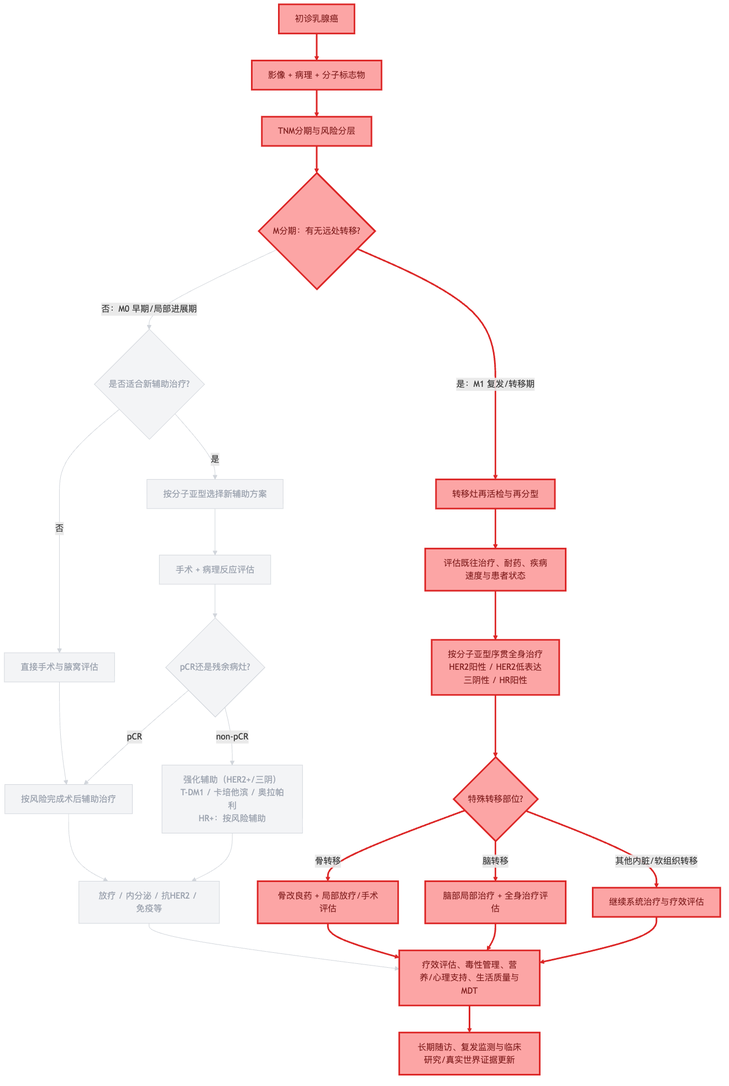
Earlier version of the Mermaid export diagrams/decision-chain-REAL-006.png (dongjb741280/breast-cancer). Its source is kept beside it as diagrams/decision-chain-REAL-006.mmd. Source of this version:
```mermaid
graph TD
    A[初诊乳腺癌]
    B[影像 + 病理 + 分子标志物]
    C[TNM分期与风险分层]
    D{M分期：有无远处转移?}
    E{是否适合新辅助治疗?}
    F[按分子亚型选择新辅助方案]
    G[直接手术与腋窝评估]
    H[手术 + 病理反应评估]
    I{pCR还是残余病灶?}
    J[按风险完成术后辅助治疗]
    K[强化辅助（HER2+/三阴）<br/>T-DM1 / 卡培他滨 / 奥拉帕利<br/>HR+：按风险辅助]
    L[放疗 / 内分泌 / 抗HER2 / 免疫等]
    M[转移灶再活检与再分型]
    N[评估既往治疗、耐药、疾病速度与患者状态]
    O[按分子亚型序贯全身治疗<br/>HER2阳性 / HER2低表达<br/>三阴性 / HR阳性]
    P{特殊转移部位?}
    Q[骨改良药 + 局部放疗/手术评估]
    R[脑部局部治疗 + 全身治疗评估]
    S[继续系统治疗与疗效评估]
    T[疗效评估、毒性管理、营养/心理支持、生活质量与MDT]
    U[长期随访、复发监测与临床研究/真实世界证据更新]
    A --> B
    B --> C
    C --> D
    D -->|否：M0 早期/局部进展期| E
    E -->|是| F
    E -->|否| G
    F --> H
    G --> J
    H --> I
    I -->|pCR| J
    I -->|non-pCR| K
    J --> L
    K --> L
    D -->|是：M1 复发/转移期| M
    M --> N
    N --> O
    O --> P
    P -->|骨转移| Q
    P -->|脑转移| R
    P -->|其他内脏/软组织转移| S
    L --> T
    Q --> T
    R --> T
    S --> T
    T --> U
    classDef path fill:#fca5a5,stroke:#dc2626,color:#7f1d1d,stroke-width:3px;
    classDef dim fill:#f3f4f6,stroke:#d1d5db,color:#9ca3af,stroke-width:1px;
    class A path;
    class B path;
    class C path;
    class D path;
    class E dim;
    class F dim;
    class G dim;
    class H dim;
    class I dim;
    class J dim;
    class K dim;
    class L dim;
    class M path;
    class N path;
    class O path;
    class P path;
    class Q path;
    class R path;
    class S path;
    class T path;
    class U path;
    linkStyle 0 stroke:#dc2626,stroke-width:3px;
    linkStyle 1 stroke:#dc2626,stroke-width:3px;
    linkStyle 2 stroke:#dc2626,stroke-width:3px;
    linkStyle 3 stroke:#d1d5db,stroke-width:1px;
    linkStyle 4 stroke:#d1d5db,stroke-width:1px;
    linkStyle 5 stroke:#d1d5db,stroke-width:1px;
    linkStyle 6 stroke:#d1d5db,stroke-width:1px;
    linkStyle 7 stroke:#d1d5db,stroke-width:1px;
    linkStyle 8 stroke:#d1d5db,stroke-width:1px;
    linkStyle 9 stroke:#d1d5db,stroke-width:1px;
    linkStyle 10 stroke:#d1d5db,stroke-width:1px;
    linkStyle 11 stroke:#d1d5db,stroke-width:1px;
    linkStyle 12 stroke:#d1d5db,stroke-width:1px;
    linkStyle 13 stroke:#dc2626,stroke-width:3px;
    linkStyle 14 stroke:#dc2626,stroke-width:3px;
    linkStyle 15 stroke:#dc2626,stroke-width:3px;
    linkStyle 16 stroke:#dc2626,stroke-width:3px;
    linkStyle 17 stroke:#dc2626,stroke-width:3px;
    linkStyle 18 stroke:#dc2626,stroke-width:3px;
    linkStyle 19 stroke:#dc2626,stroke-width:3px;
    linkStyle 20 stroke:#d1d5db,stroke-width:1px;
    linkStyle 21 stroke:#dc2626,stroke-width:3px;
    linkStyle 22 stroke:#dc2626,stroke-width:3px;
    linkStyle 23 stroke:#dc2626,stroke-width:3px;
    linkStyle 24 stroke:#dc2626,stroke-width:3px;
```
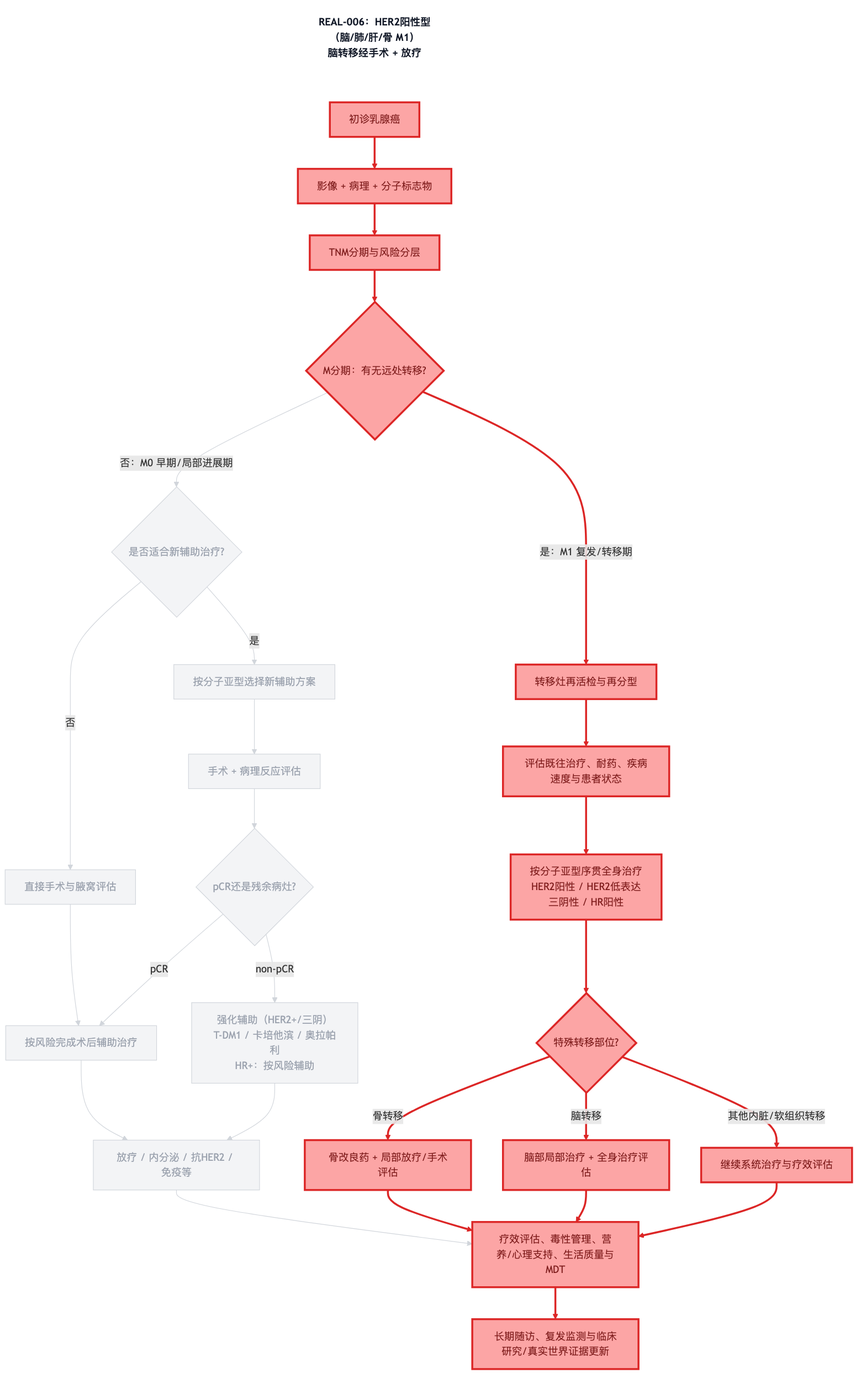
After the commit.

The edit, as a diff of the source:
```diff
@@ -1,4 +1,5 @@
 graph TD
+    TITLE["REAL-006：HER2阳性型（脑/肺/肝/骨 M1）<br/>脑转移经手术 + 放疗"]
     A[初诊乳腺癌]
     B[影像 + 病理 + 分子标志物]
     C[TNM分期与风险分层]
@@ -45,8 +46,11 @@
     R --> T
     S --> T
     T --> U
+    TITLE ~~~ A
     classDef path fill:#fca5a5,stroke:#dc2626,color:#7f1d1d,stroke-width:3px;
     classDef dim fill:#f3f4f6,stroke:#d1d5db,color:#9ca3af,stroke-width:1px;
+    classDef caption fill:#fff,stroke:none,color:#111827,font-weight:bold;
+    class TITLE caption;
     class A path;
     class B path;
     class C path;
```
